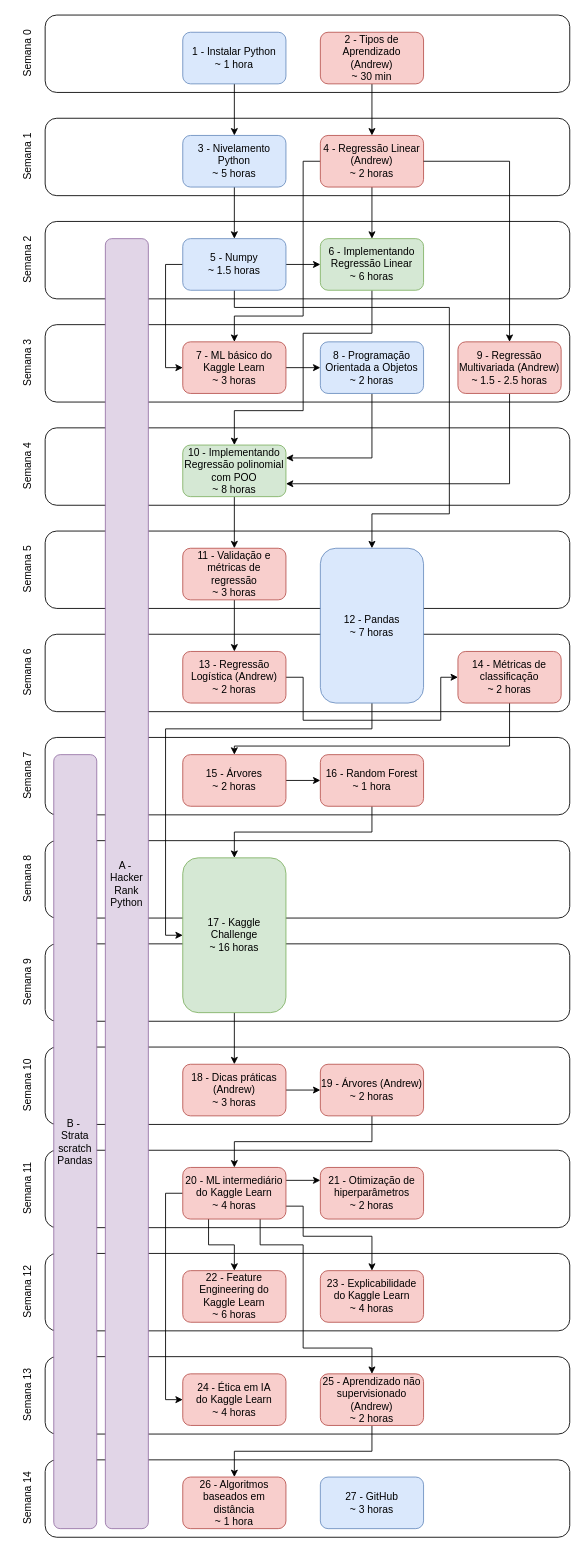
This is assets/img/tutoria.drawio from vitaliset/vitaliset.github.io, a draw.io file, before an edit. Source tidied: cells renumbered, new cells numbered last; positions are measured from the earlier drawing's top-left corner, leaving out a move shared by most shapes. Both pictures are drawn from the tidied source at 86%, with x=0, y=0 at pixel (-7, 15).
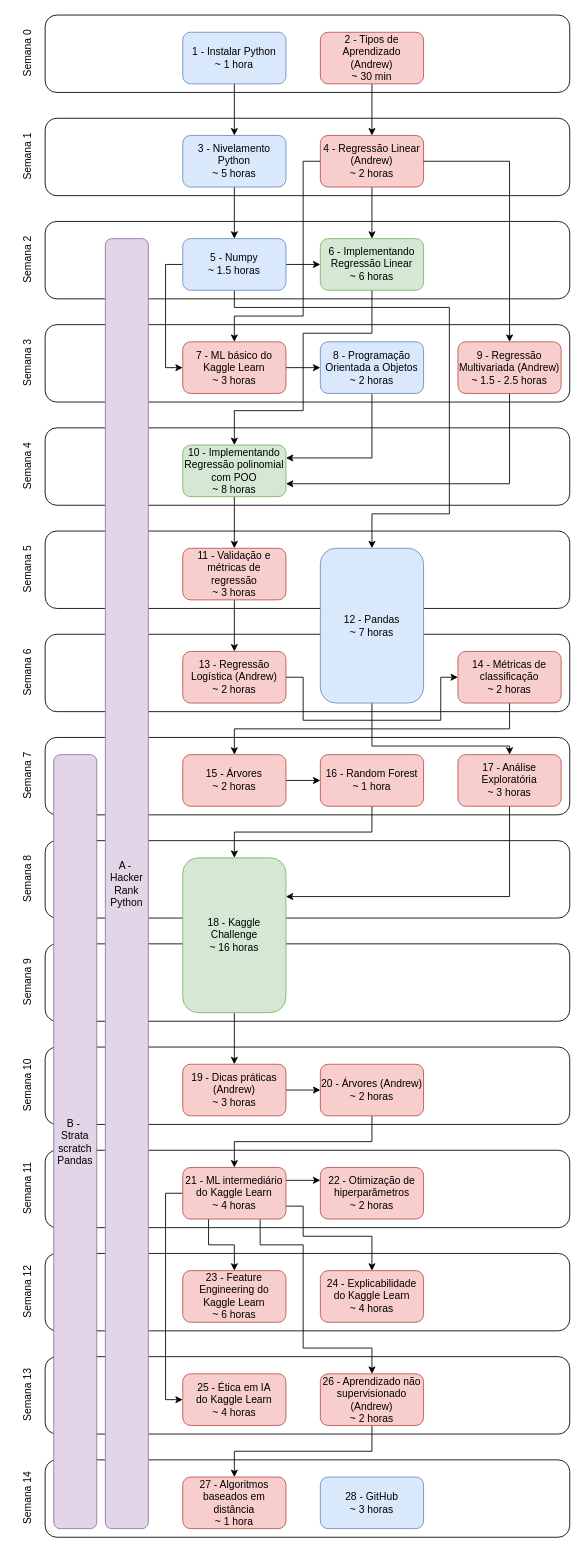
The same diagram, later.

The change refers to these unchanged cells:
```xml
<mxCell id="44" value="12 - Pandas&lt;br&gt;~ 7 horas" style="rounded=1;whiteSpace=wrap;html=1;fillColor=#dae8fc;strokeColor=#6c8ebf;" parent="1" vertex="1">
  <mxGeometry x="380" y="620" width="120" height="180" as="geometry" />
</mxCell>
<mxCell id="48" value="14 - Métricas de classificação&lt;br&gt;~ 2 horas" style="rounded=1;whiteSpace=wrap;html=1;fillColor=#f8cecc;strokeColor=#b85450;" parent="1" vertex="1">
  <mxGeometry x="540" y="740" width="120" height="60" as="geometry" />
</mxCell>
<mxCell id="50" value="15 - Árvores&lt;br&gt;~ 2 horas" style="rounded=1;whiteSpace=wrap;html=1;fillColor=#f8cecc;strokeColor=#b85450;" parent="1" vertex="1">
  <mxGeometry x="220" y="860" width="120" height="60" as="geometry" />
</mxCell>
```

The edit, as a diff of the source:
```diff
@@
-    <mxCell id="43" style="edgeStyle=orthogonalEdgeStyle;rounded=0;jettySize=auto;html=1;exitX=0.5;exitY=1;exitDx=0;exitDy=0;entryX=0;entryY=0.5;entryDx=0;entryDy=0;" parent="1" edge="1" source="44" target="54">
-      <mxGeometry relative="1" as="geometry">
-        <Array as="points">
-          <mxPoint x="440" y="830" />
-          <mxPoint x="200" y="830" />
-          <mxPoint x="200" y="1070" />
-        </Array>
-      </mxGeometry>
-    </mxCell>
+    <mxCell id="90" style="edgeStyle=orthogonalEdgeStyle;rounded=0;jettySize=auto;html=1;exitX=0.5;exitY=1;exitDx=0;exitDy=0;entryX=0.5;entryY=0;entryDx=0;entryDy=0;" parent="1" edge="1" source="44" target="92">
+      <mxGeometry relative="1" as="geometry">
+        <Array as="points">
+          <mxPoint x="440" y="850" />
+          <mxPoint x="600" y="850" />
+        </Array>
+      </mxGeometry>
+    </mxCell>
@@
     <mxCell id="47" style="edgeStyle=orthogonalEdgeStyle;rounded=0;jettySize=auto;html=1;exitX=0.5;exitY=1;exitDx=0;exitDy=0;entryX=0.5;entryY=0;entryDx=0;entryDy=0;" parent="1" edge="1" source="48" target="50">
       <mxGeometry relative="1" as="geometry">
         <Array as="points">
-          <mxPoint x="600" y="850" />
-          <mxPoint x="280" y="850" />
+          <mxPoint x="600" y="830" />
+          <mxPoint x="280" y="830" />
         </Array>
       </mxGeometry>
     </mxCell>
@@
-    <mxCell id="54" value="17 -&amp;nbsp;Kaggle Challenge&lt;br&gt;~ 16 horas" style="rounded=1;whiteSpace=wrap;html=1;fillColor=#d5e8d4;strokeColor=#82b366;" parent="1" vertex="1">
+    <mxCell id="54" value="18 -&amp;nbsp;Kaggle Challenge&lt;br&gt;~ 16 horas" style="rounded=1;whiteSpace=wrap;html=1;fillColor=#d5e8d4;strokeColor=#82b366;" parent="1" vertex="1">
       <mxGeometry x="220" y="980" width="120" height="180" as="geometry" />
     </mxCell>
@@
-    <mxCell id="56" value="18 - Dicas práticas (Andrew)&lt;br&gt;~ 3 horas" style="rounded=1;whiteSpace=wrap;html=1;fillColor=#f8cecc;strokeColor=#b85450;" parent="1" vertex="1">
+    <mxCell id="56" value="19 - Dicas práticas (Andrew)&lt;br&gt;~ 3 horas" style="rounded=1;whiteSpace=wrap;html=1;fillColor=#f8cecc;strokeColor=#b85450;" parent="1" vertex="1">
       <mxGeometry x="220" y="1220" width="120" height="60" as="geometry" />
     </mxCell>
@@
-    <mxCell id="58" value="19 - Árvores (Andrew)&lt;br&gt;~ 2 horas" style="rounded=1;whiteSpace=wrap;html=1;fillColor=#f8cecc;strokeColor=#b85450;" parent="1" vertex="1">
+    <mxCell id="58" value="20 - Árvores (Andrew)&lt;br&gt;~ 2 horas" style="rounded=1;whiteSpace=wrap;html=1;fillColor=#f8cecc;strokeColor=#b85450;" parent="1" vertex="1">
       <mxGeometry x="380" y="1220" width="120" height="60" as="geometry" />
     </mxCell>
@@
-    <mxCell id="64" value="20 - ML intermediário do Kaggle Learn&lt;br&gt;~ 4 horas" style="rounded=1;whiteSpace=wrap;html=1;fillColor=#f8cecc;strokeColor=#b85450;" parent="1" vertex="1">
+    <mxCell id="64" value="21 - ML intermediário do Kaggle Learn&lt;br&gt;~ 4 horas" style="rounded=1;whiteSpace=wrap;html=1;fillColor=#f8cecc;strokeColor=#b85450;" parent="1" vertex="1">
       <mxGeometry x="220" y="1340" width="120" height="60" as="geometry" />
     </mxCell>
-    <mxCell id="65" value="21 - Otimização de hiperparâmetros&lt;br&gt;~ 2 horas" style="rounded=1;whiteSpace=wrap;html=1;fillColor=#f8cecc;strokeColor=#b85450;" parent="1" vertex="1">
+    <mxCell id="65" value="22 - Otimização de hiperparâmetros&lt;br&gt;~ 2 horas" style="rounded=1;whiteSpace=wrap;html=1;fillColor=#f8cecc;strokeColor=#b85450;" parent="1" vertex="1">
       <mxGeometry x="380" y="1340" width="120" height="60" as="geometry" />
     </mxCell>
-    <mxCell id="66" value="22 - Feature Engineering do Kaggle Learn&lt;br&gt;~ 6 horas" style="rounded=1;whiteSpace=wrap;html=1;fillColor=#f8cecc;strokeColor=#b85450;" parent="1" vertex="1">
+    <mxCell id="66" value="23 - Feature Engineering do Kaggle Learn&lt;br&gt;~ 6 horas" style="rounded=1;whiteSpace=wrap;html=1;fillColor=#f8cecc;strokeColor=#b85450;" parent="1" vertex="1">
       <mxGeometry x="220" y="1460" width="120" height="60" as="geometry" />
     </mxCell>
-    <mxCell id="67" value="23 - Explicabilidade&lt;br&gt;do Kaggle Learn&lt;br&gt;~ 4 horas" style="rounded=1;whiteSpace=wrap;html=1;fillColor=#f8cecc;strokeColor=#b85450;" parent="1" vertex="1">
+    <mxCell id="67" value="24 - Explicabilidade&lt;br&gt;do Kaggle Learn&lt;br&gt;~ 4 horas" style="rounded=1;whiteSpace=wrap;html=1;fillColor=#f8cecc;strokeColor=#b85450;" parent="1" vertex="1">
       <mxGeometry x="380" y="1460" width="120" height="60" as="geometry" />
     </mxCell>
-    <mxCell id="68" value="24 - Ética em IA&lt;br&gt;do Kaggle Learn&lt;br&gt;~ 4 horas" style="rounded=1;whiteSpace=wrap;html=1;fillColor=#f8cecc;strokeColor=#b85450;" parent="1" vertex="1">
+    <mxCell id="68" value="25 - Ética em IA&lt;br&gt;do Kaggle Learn&lt;br&gt;~ 4 horas" style="rounded=1;whiteSpace=wrap;html=1;fillColor=#f8cecc;strokeColor=#b85450;" parent="1" vertex="1">
       <mxGeometry x="220" y="1580" width="120" height="60" as="geometry" />
     </mxCell>
@@
-    <mxCell id="70" value="25 - Aprendizado não supervisionado (Andrew)&lt;br&gt;~ 2 horas" style="rounded=1;whiteSpace=wrap;html=1;fillColor=#f8cecc;strokeColor=#b85450;" parent="1" vertex="1">
+    <mxCell id="70" value="26 - Aprendizado não supervisionado (Andrew)&lt;br&gt;~ 2 horas" style="rounded=1;whiteSpace=wrap;html=1;fillColor=#f8cecc;strokeColor=#b85450;" parent="1" vertex="1">
       <mxGeometry x="380" y="1580" width="120" height="60" as="geometry" />
     </mxCell>
-    <mxCell id="71" value="26 - Algoritmos baseados em distância&lt;br&gt;~ 1 hora" style="rounded=1;whiteSpace=wrap;html=1;fillColor=#f8cecc;strokeColor=#b85450;" parent="1" vertex="1">
+    <mxCell id="71" value="27 - Algoritmos baseados em distância&lt;br&gt;~ 1 hora" style="rounded=1;whiteSpace=wrap;html=1;fillColor=#f8cecc;strokeColor=#b85450;" parent="1" vertex="1">
       <mxGeometry x="220" y="1700" width="120" height="60" as="geometry" />
     </mxCell>
-    <mxCell id="72" value="27 - GitHub&lt;br&gt;~ 3 horas" style="rounded=1;whiteSpace=wrap;html=1;fillColor=#dae8fc;strokeColor=#6c8ebf;" parent="1" vertex="1">
+    <mxCell id="72" value="28 - GitHub&lt;br&gt;~ 3 horas" style="rounded=1;whiteSpace=wrap;html=1;fillColor=#dae8fc;strokeColor=#6c8ebf;" parent="1" vertex="1">
       <mxGeometry x="380" y="1700" width="120" height="60" as="geometry" />
     </mxCell>
@@
+    <mxCell id="91" style="edgeStyle=orthogonalEdgeStyle;rounded=0;jettySize=auto;html=1;exitX=0.5;exitY=1;exitDx=0;exitDy=0;entryX=1;entryY=0.25;entryDx=0;entryDy=0;" parent="1" edge="1" source="92" target="54">
+      <mxGeometry relative="1" as="geometry" />
+    </mxCell>
+    <mxCell id="92" value="17 - Análise Exploratória&lt;br&gt;~ 3 horas" style="rounded=1;whiteSpace=wrap;html=1;fillColor=#f8cecc;strokeColor=#b85450;" parent="1" vertex="1">
+      <mxGeometry x="540" y="860" width="120" height="60" as="geometry" />
+    </mxCell>
```
